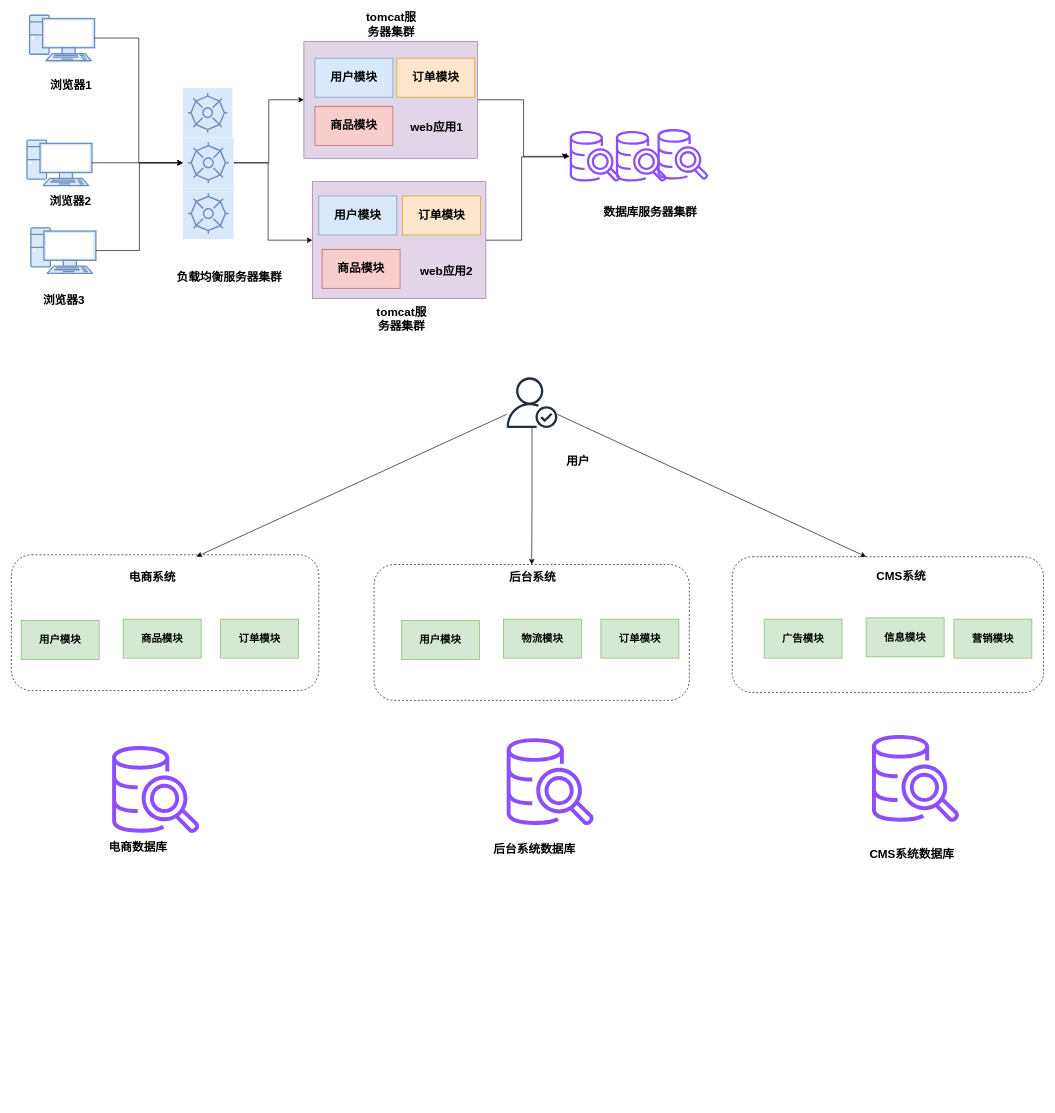
Above: SpringCloud.drawio in pkqzyh/pkqzyh.github.io (draw.io), before the change. Source tidied: cells renumbered, new cells numbered last; positions are measured from the earlier drawing's top-left corner, leaving out a move shared by most shapes. Both pictures are drawn from the tidied source at 65%, with x=0, y=0 at pixel (11, 15).
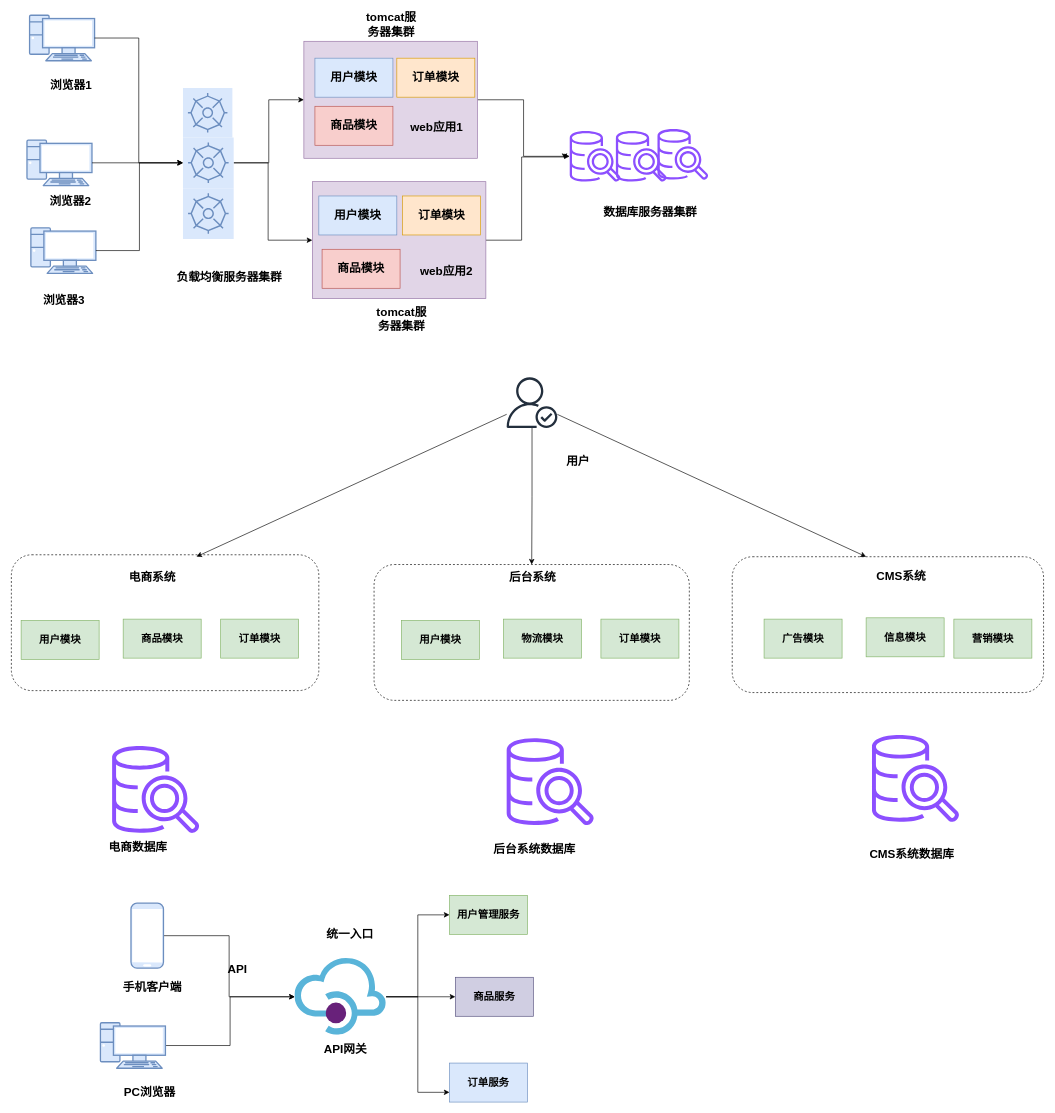
The same diagram, later.

Change to the diagram source:
```diff
@@
+    <mxCell id="61" style="edgeStyle=orthogonalEdgeStyle;rounded=0;jettySize=auto;html=1;" parent="1" edge="1" source="62" target="70">
+      <mxGeometry relative="1" as="geometry" />
+    </mxCell>
+    <mxCell id="62" style="verticalAlign=top;verticalLabelPosition=bottom;labelPosition=center;align=center;html=1;outlineConnect=0;fillColor=#dae8fc;strokeColor=#6c8ebf;gradientDirection=north;strokeWidth=2;shape=mxgraph.networks.pc;" parent="1" vertex="1">
+      <mxGeometry x="137" y="1550" width="100" height="70" as="geometry" />
+    </mxCell>
+    <mxCell id="63" value="&lt;b style=&quot;font-size: 18px;&quot;&gt;&lt;font style=&quot;font-size: 18px;&quot;&gt;PC浏览器&lt;/font&gt;&lt;/b&gt;" style="text;html=1;align=center;verticalAlign=middle;whiteSpace=wrap;rounded=0;fontSize=18;" parent="1" vertex="1">
+      <mxGeometry x="162" y="1642" width="102" height="30" as="geometry" />
+    </mxCell>
+    <mxCell id="64" style="edgeStyle=orthogonalEdgeStyle;rounded=0;jettySize=auto;html=1;" parent="1" edge="1" source="65" target="70">
+      <mxGeometry relative="1" as="geometry" />
+    </mxCell>
+    <mxCell id="65" style="verticalAlign=top;verticalLabelPosition=bottom;labelPosition=center;align=center;html=1;outlineConnect=0;fillColor=#dae8fc;strokeColor=#6c8ebf;gradientDirection=north;strokeWidth=2;shape=mxgraph.networks.mobile;" parent="1" vertex="1">
+      <mxGeometry x="184" y="1366" width="50" height="100" as="geometry" />
+    </mxCell>
+    <mxCell id="66" value="&lt;b style=&quot;font-size: 18px;&quot;&gt;&lt;font style=&quot;font-size: 18px;&quot;&gt;手机客户端&lt;/font&gt;&lt;/b&gt;" style="text;html=1;align=center;verticalAlign=middle;whiteSpace=wrap;rounded=0;fontSize=18;" parent="1" vertex="1">
+      <mxGeometry x="166" y="1480" width="102" height="30" as="geometry" />
+    </mxCell>
+    <mxCell id="67" style="edgeStyle=orthogonalEdgeStyle;rounded=0;jettySize=auto;html=1;entryX=0;entryY=0.5;entryDx=0;entryDy=0;" parent="1" edge="1" source="70" target="72">
+      <mxGeometry relative="1" as="geometry" />
+    </mxCell>
+    <mxCell id="68" style="edgeStyle=orthogonalEdgeStyle;rounded=0;jettySize=auto;html=1;" parent="1" edge="1" source="70" target="73">
+      <mxGeometry relative="1" as="geometry" />
+    </mxCell>
+    <mxCell id="69" style="edgeStyle=orthogonalEdgeStyle;rounded=0;jettySize=auto;html=1;entryX=0;entryY=0.75;entryDx=0;entryDy=0;" parent="1" edge="1" source="70" target="74">
+      <mxGeometry relative="1" as="geometry" />
+    </mxCell>
+    <mxCell id="70" style="image;sketch=0;html=1;points=[];align=center;fontSize=12;image=img/lib/mscae/API_Management.svg;" parent="1" vertex="1">
+      <mxGeometry x="436" y="1451" width="140.5" height="118" as="geometry" />
+    </mxCell>
+    <mxCell id="71" value="&lt;b style=&quot;font-size: 18px;&quot;&gt;&lt;font style=&quot;font-size: 18px;&quot;&gt;API网关&lt;/font&gt;&lt;/b&gt;" style="text;html=1;align=center;verticalAlign=middle;whiteSpace=wrap;rounded=0;fontSize=18;" parent="1" vertex="1">
+      <mxGeometry x="463" y="1576" width="102" height="30" as="geometry" />
+    </mxCell>
+    <mxCell id="72" value="&lt;span style=&quot;font-size: 16px;&quot;&gt;&lt;b&gt;用户管理服务&lt;/b&gt;&lt;/span&gt;" style="rounded=0;whiteSpace=wrap;html=1;fillColor=#d5e8d4;strokeColor=#82b366;" parent="1" vertex="1">
+      <mxGeometry x="674" y="1354" width="120" height="60" as="geometry" />
+    </mxCell>
+    <mxCell id="73" value="&lt;span style=&quot;font-size: 16px;&quot;&gt;&lt;b&gt;商品服务&lt;/b&gt;&lt;/span&gt;" style="rounded=0;whiteSpace=wrap;html=1;fillColor=#d0cee2;strokeColor=#56517e;" parent="1" vertex="1">
+      <mxGeometry x="683" y="1480" width="120" height="60" as="geometry" />
+    </mxCell>
+    <mxCell id="74" value="&lt;span style=&quot;font-size: 16px;&quot;&gt;&lt;b&gt;订单服务&lt;/b&gt;&lt;/span&gt;" style="rounded=0;whiteSpace=wrap;html=1;fillColor=#dae8fc;strokeColor=#6c8ebf;" parent="1" vertex="1">
+      <mxGeometry x="674" y="1612" width="120" height="60" as="geometry" />
+    </mxCell>
+    <mxCell id="75" value="&lt;b style=&quot;font-size: 18px;&quot;&gt;&lt;font style=&quot;font-size: 18px;&quot;&gt;统一入口&lt;/font&gt;&lt;/b&gt;" style="text;html=1;align=center;verticalAlign=middle;whiteSpace=wrap;rounded=0;fontSize=18;" parent="1" vertex="1">
+      <mxGeometry x="470" y="1399" width="102" height="30" as="geometry" />
+    </mxCell>
+    <mxCell id="76" value="&lt;b style=&quot;font-size: 18px;&quot;&gt;&lt;font style=&quot;font-size: 18px;&quot;&gt;API&lt;/font&gt;&lt;/b&gt;" style="text;html=1;align=center;verticalAlign=middle;whiteSpace=wrap;rounded=0;fontSize=18;" parent="1" vertex="1">
+      <mxGeometry x="297" y="1453" width="102" height="30" as="geometry" />
+    </mxCell>
```
